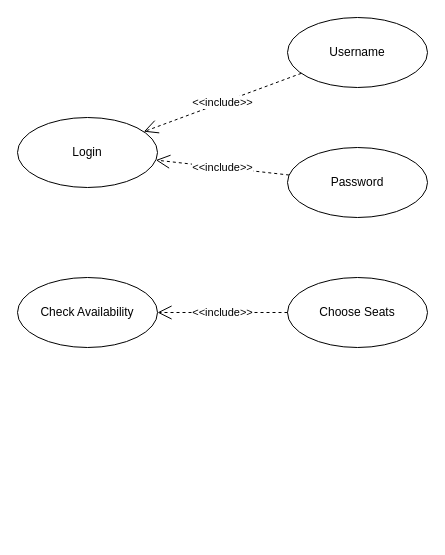
Before: Draw.io/ex2oose.drawio in Vishwanath61/21CS210-DBMS-LAB, a draw.io diagram. Source tidied: cells renumbered, new cells numbered last; positions are measured from the earlier drawing's top-left corner, leaving out a move shared by most shapes. Both pictures are drawn from the tidied source at 100%, with x=0, y=0 at pixel (17, 17).
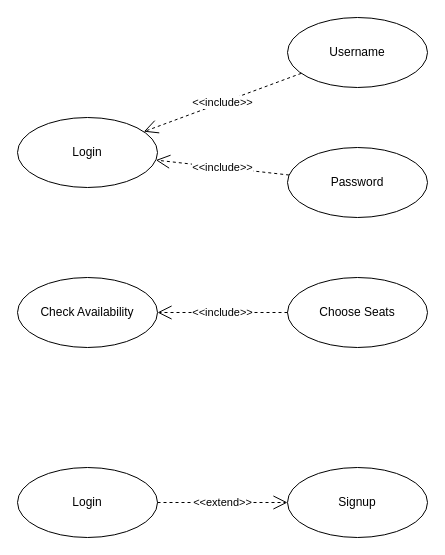
The same diagram, later.

The edit, as a diff of the source:
```diff
@@
 <mxGraphModel>
   <root>
     <mxCell id="0" />
     <mxCell id="1" parent="0" />
     <mxCell id="2" value="Login" style="ellipse;whiteSpace=wrap;html=1;" parent="1" vertex="1">
       <mxGeometry y="100" width="140" height="70" as="geometry" />
     </mxCell>
     <mxCell id="3" value="Password" style="ellipse;whiteSpace=wrap;html=1;" parent="1" vertex="1">
       <mxGeometry x="270" y="130" width="140" height="70" as="geometry" />
     </mxCell>
     <mxCell id="4" value="Username" style="ellipse;whiteSpace=wrap;html=1;" parent="1" vertex="1">
       <mxGeometry x="270" width="140" height="70" as="geometry" />
     </mxCell>
     <mxCell id="5" value="&amp;lt;&amp;lt;include&amp;gt;&amp;gt;" style="endArrow=open;endSize=12;dashed=1;html=1;rounded=0;" parent="1" edge="1" source="3" target="2">
       <mxGeometry relative="1" as="geometry" />
     </mxCell>
     <mxCell id="6" value="&amp;lt;&amp;lt;include&amp;gt;&amp;gt;" style="endArrow=open;endSize=12;dashed=1;html=1;rounded=0;" parent="1" edge="1" source="4" target="2">
       <mxGeometry relative="1" as="geometry" />
     </mxCell>
     <mxCell id="7" value="Check Availability" style="ellipse;whiteSpace=wrap;html=1;" parent="1" vertex="1">
       <mxGeometry y="260" width="140" height="70" as="geometry" />
     </mxCell>
     <mxCell id="8" value="Choose Seats" style="ellipse;whiteSpace=wrap;html=1;" parent="1" vertex="1">
       <mxGeometry x="270" y="260" width="140" height="70" as="geometry" />
     </mxCell>
     <mxCell id="9" value="&amp;lt;&amp;lt;include&amp;gt;&amp;gt;" style="endArrow=open;endSize=12;dashed=1;html=1;rounded=0;" parent="1" edge="1" source="8" target="7">
       <mxGeometry relative="1" as="geometry" />
     </mxCell>
+    <mxCell id="10" value="Login" style="ellipse;whiteSpace=wrap;html=1;" parent="1" vertex="1">
+      <mxGeometry y="450" width="140" height="70" as="geometry" />
+    </mxCell>
+    <mxCell id="11" value="Signup" style="ellipse;whiteSpace=wrap;html=1;" parent="1" vertex="1">
+      <mxGeometry x="270" y="450" width="140" height="70" as="geometry" />
+    </mxCell>
+    <mxCell id="12" value="&amp;lt;&amp;lt;extend&amp;gt;&amp;gt;" style="endArrow=open;endSize=12;dashed=1;html=1;rounded=0;" parent="1" edge="1" source="10" target="11">
+      <mxGeometry relative="1" as="geometry" />
+    </mxCell>
   </root>
 </mxGraphModel>
```
